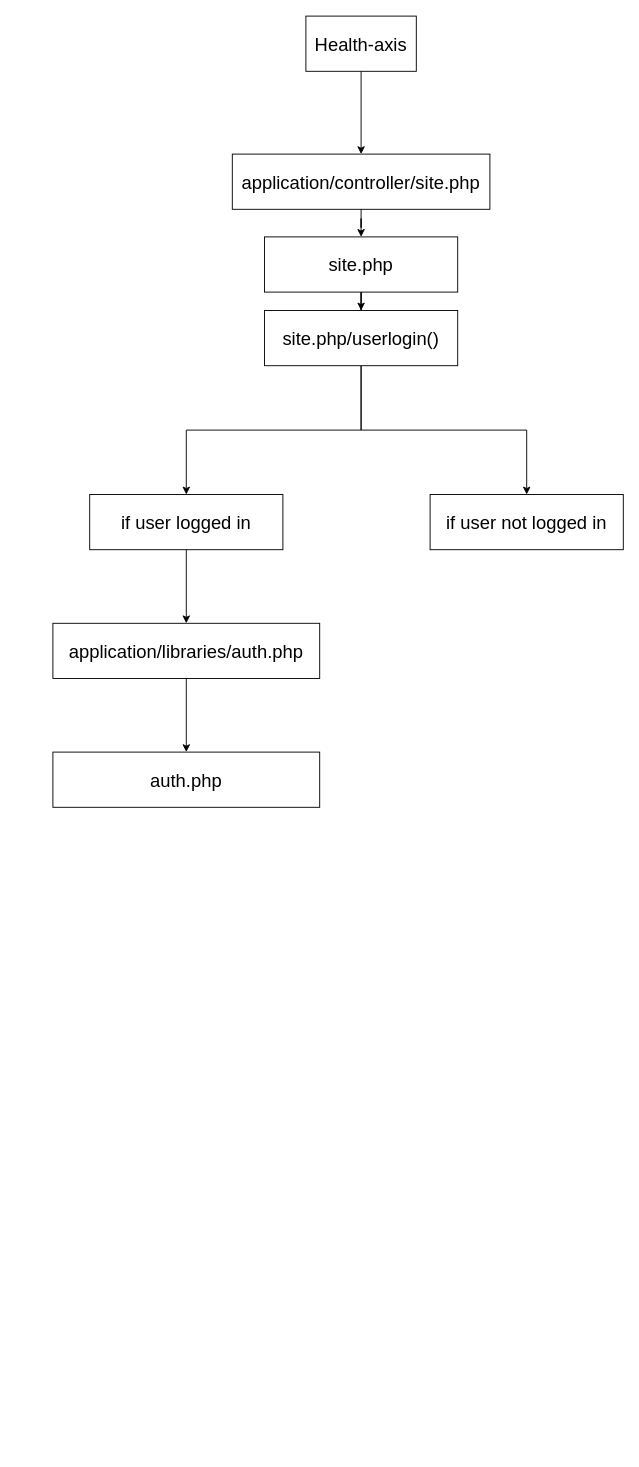
Before: healthaxis_app_flow.drawio in dhavalrohit/flowcharts, a draw.io diagram. Source tidied: cells renumbered, new cells numbered last; positions are measured from the earlier drawing's top-left corner, leaving out a move shared by most shapes. Both pictures are drawn from the tidied source at 92%, with x=0, y=0 at pixel (52, 16).
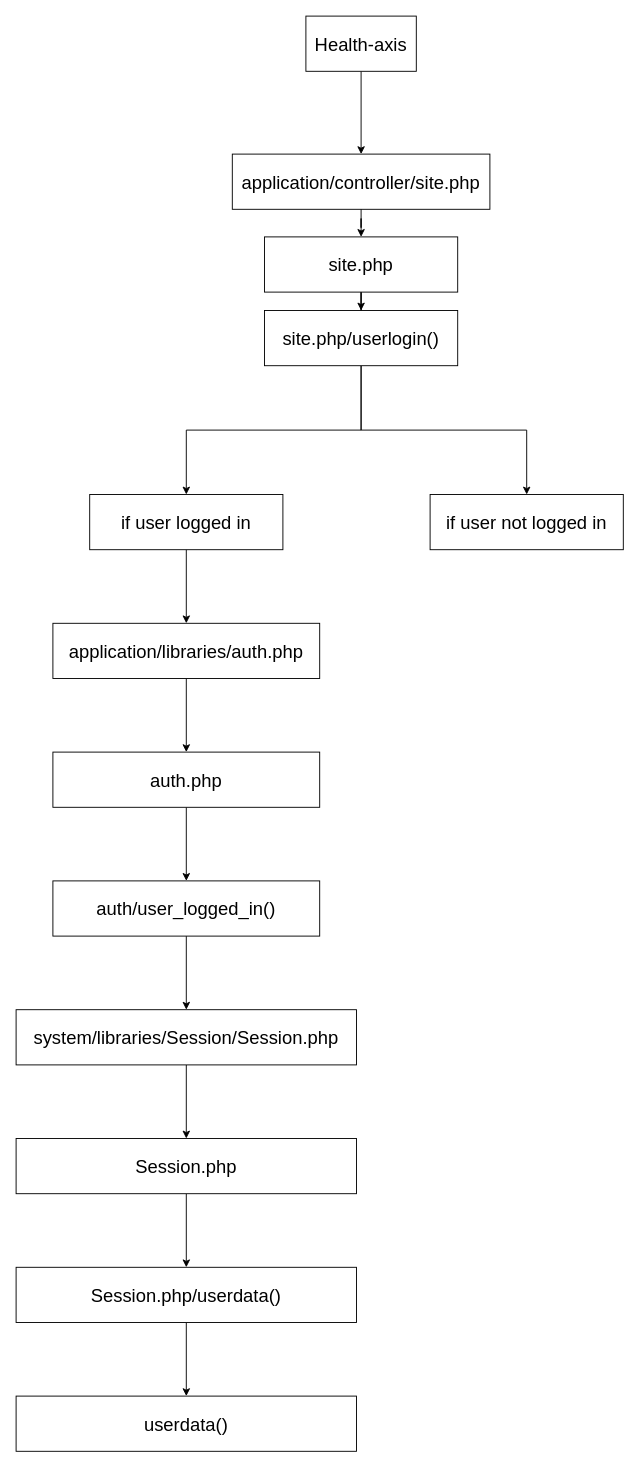
The same page after the edit.

Unchanged cells that the change refers to:
```xml
<mxCell id="16" value="auth.php" style="whiteSpace=wrap;html=1;rounded=0;fontSize=20;" parent="1" vertex="1">
  <mxGeometry y="800" width="290" height="60" as="geometry" />
</mxCell>
```

Diff of the diagram source:
```diff
@@
+    <mxCell id="17" style="edgeStyle=orthogonalEdgeStyle;rounded=0;jettySize=auto;html=1;" parent="1" edge="1" source="16" target="19">
+      <mxGeometry relative="1" as="geometry" />
+    </mxCell>
@@
+    <mxCell id="18" style="edgeStyle=orthogonalEdgeStyle;rounded=0;jettySize=auto;html=1;" parent="1" edge="1" source="19" target="21">
+      <mxGeometry relative="1" as="geometry" />
+    </mxCell>
+    <mxCell id="19" value="auth/user_logged_in()" style="whiteSpace=wrap;html=1;rounded=0;fontSize=20;" parent="1" vertex="1">
+      <mxGeometry y="940" width="290" height="60" as="geometry" />
+    </mxCell>
+    <mxCell id="20" style="edgeStyle=orthogonalEdgeStyle;rounded=0;jettySize=auto;html=1;" parent="1" edge="1" source="21" target="23">
+      <mxGeometry relative="1" as="geometry" />
+    </mxCell>
+    <mxCell id="21" value="system/libraries/Session/Session.php" style="whiteSpace=wrap;html=1;rounded=0;fontSize=20;" parent="1" vertex="1">
+      <mxGeometry x="-40" y="1080" width="370" height="60" as="geometry" />
+    </mxCell>
+    <mxCell id="22" style="edgeStyle=orthogonalEdgeStyle;rounded=0;jettySize=auto;html=1;" parent="1" edge="1" source="23" target="25">
+      <mxGeometry relative="1" as="geometry" />
+    </mxCell>
+    <mxCell id="23" value="Session.php" style="whiteSpace=wrap;html=1;rounded=0;fontSize=20;" parent="1" vertex="1">
+      <mxGeometry x="-40" y="1220" width="370" height="60" as="geometry" />
+    </mxCell>
+    <mxCell id="24" style="edgeStyle=orthogonalEdgeStyle;rounded=0;jettySize=auto;html=1;" parent="1" edge="1" source="25" target="26">
+      <mxGeometry relative="1" as="geometry" />
+    </mxCell>
+    <mxCell id="25" value="Session.php/userdata()" style="whiteSpace=wrap;html=1;rounded=0;fontSize=20;" parent="1" vertex="1">
+      <mxGeometry x="-40" y="1360" width="370" height="60" as="geometry" />
+    </mxCell>
+    <mxCell id="26" value="userdata()" style="whiteSpace=wrap;html=1;rounded=0;fontSize=20;" parent="1" vertex="1">
+      <mxGeometry x="-40" y="1500" width="370" height="60" as="geometry" />
+    </mxCell>
```
